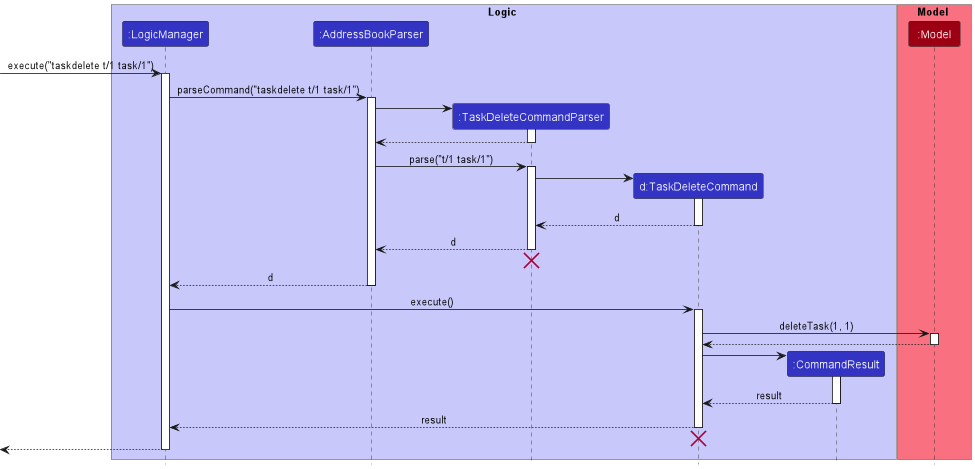
This is docs/images/TaskDeleteSequenceDiagram.png from nus-cs2103-AY2223S1/tp, a PlantUML export, as it was before one commit. Its diagram source:
```plantuml
@startuml
!include style.puml

box Logic LOGIC_COLOR_T1
participant ":LogicManager" as LogicManager LOGIC_COLOR
participant ":AddressBookParser" as AddressBookParser LOGIC_COLOR
participant ":TaskDeleteCommandParser" as TaskDeleteCommandParser LOGIC_COLOR
participant "d:TaskDeleteCommand" as TaskDeleteCommand LOGIC_COLOR
participant ":CommandResult" as CommandResult LOGIC_COLOR
end box

box Model MODEL_COLOR_T1
participant ":Model" as Model MODEL_COLOR
end box

[-> LogicManager : execute("taskdelete t/1 task/1")
activate LogicManager

LogicManager -> AddressBookParser : parseCommand("taskdelete t/1 task/1")
activate AddressBookParser

create TaskDeleteCommandParser
AddressBookParser -> TaskDeleteCommandParser
activate TaskDeleteCommandParser

TaskDeleteCommandParser --> AddressBookParser
deactivate TaskDeleteCommandParser

AddressBookParser -> TaskDeleteCommandParser : parse("t/1 task/1")
activate TaskDeleteCommandParser

create TaskDeleteCommand
TaskDeleteCommandParser -> TaskDeleteCommand
activate TaskDeleteCommand

TaskDeleteCommand --> TaskDeleteCommandParser : d
deactivate TaskDeleteCommand

TaskDeleteCommandParser --> AddressBookParser : d
deactivate TaskDeleteCommandParser
TaskDeleteCommandParser -[hidden]-> AddressBookParser
destroy TaskDeleteCommandParser

AddressBookParser --> LogicManager : d
deactivate AddressBookParser

LogicManager -> TaskDeleteCommand : execute()
activate TaskDeleteCommand

TaskDeleteCommand -> Model : deleteTask(1, 1)
activate Model

Model --> TaskDeleteCommand
deactivate Model

create CommandResult
TaskDeleteCommand -> CommandResult
activate CommandResult

CommandResult --> TaskDeleteCommand : result
deactivate CommandResult

TaskDeleteCommand --> LogicManager : result
deactivate TaskDeleteCommand

TaskDeleteCommand -[hidden]-> LogicManager
destroy TaskDeleteCommand

[<--LogicManager
deactivate LogicManager
@enduml
```
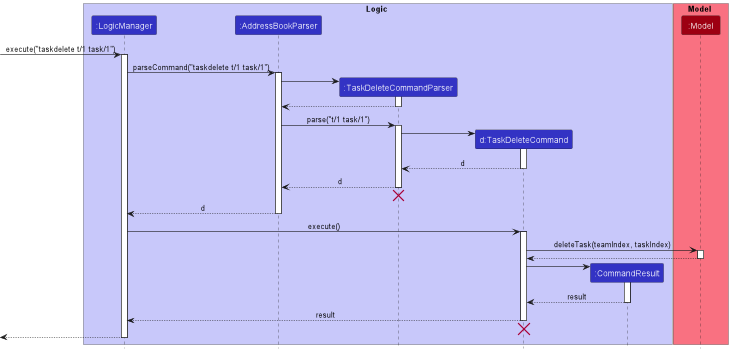
After the commit.

Commit message:
Update UML diagram for task edit command

Change to the diagram source:
```diff
@@ -47,7 +47,7 @@
 LogicManager -> TaskDeleteCommand : execute()
 activate TaskDeleteCommand
 
-TaskDeleteCommand -> Model : deleteTask(1, 1)
+TaskDeleteCommand -> Model : deleteTask(teamIndex, taskIndex)
 activate Model
 
 Model --> TaskDeleteCommand
```
